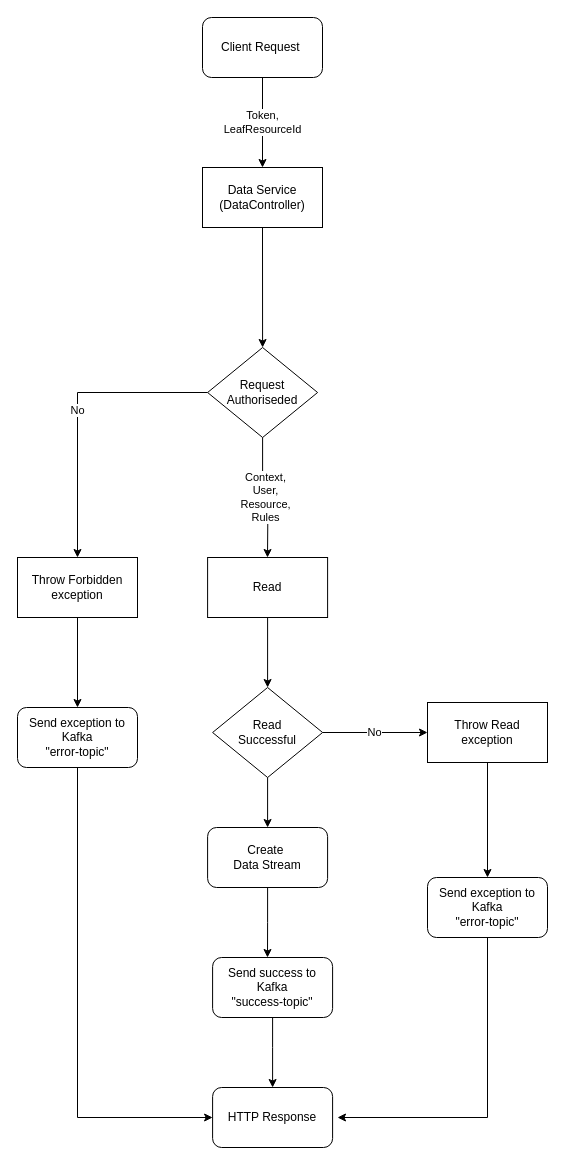
This is data-service/doc/data-service.drawio from gchq/Palisade-services, a draw.io file, before an edit. Source tidied: cells renumbered, new cells numbered last; positions are measured from the earlier drawing's top-left corner, leaving out a move shared by most shapes. Both pictures are drawn from the tidied source at 100%, with x=0, y=0 at pixel (17, 17).
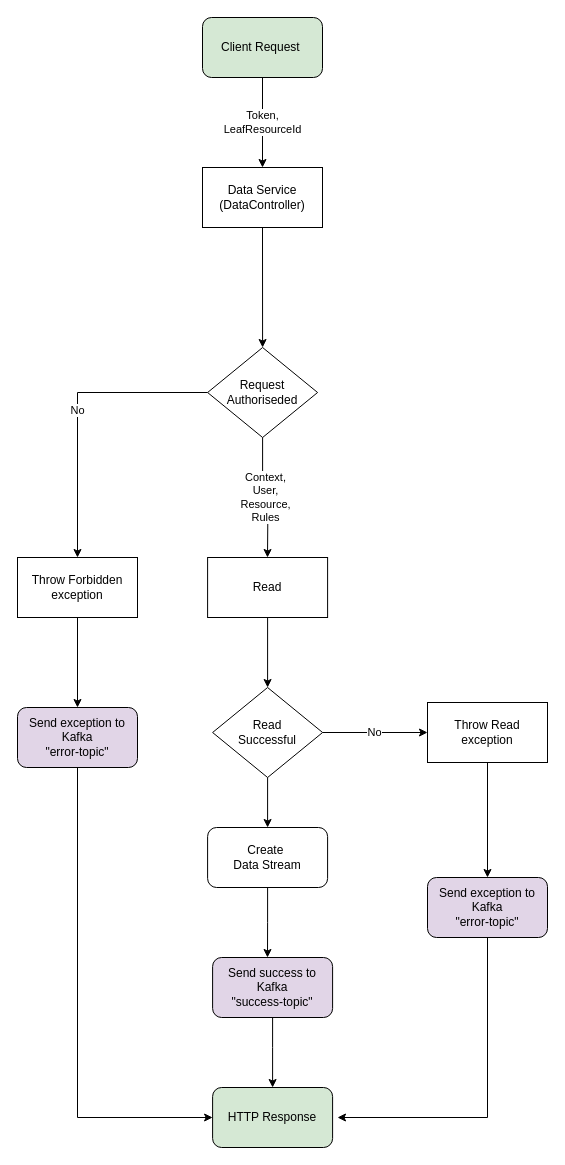
Above is the later version.

Commit message (it also covers changes not shown here):
PAL-874-Data-Service-update-documentation: changes based on review, updates to diagram

The change refers to these unchanged cells:
```xml
<mxCell id="2" value="Data Service (DataController)" style="rounded=0;whiteSpace=wrap;html=1;" parent="1" vertex="1">
  <mxGeometry x="185" y="150" width="120" height="60" as="geometry" />
</mxCell>
```

What changed in the source:
```diff
@@
-<mxGraphModel>
+<mxGraphModel background="#ffffff">
@@
-    <mxCell id="8" value="&lt;div&gt;&lt;span&gt;Send exception to Kafka&lt;/span&gt;&lt;/div&gt;&lt;div&gt;&lt;span&gt;&quot;error-topic&quot;&lt;br&gt;&lt;/span&gt;&lt;/div&gt;" style="rounded=1;whiteSpace=wrap;html=1;" parent="1" vertex="1">
+    <mxCell id="8" value="&lt;div&gt;&lt;span&gt;Send exception to Kafka&lt;/span&gt;&lt;/div&gt;&lt;div&gt;&lt;span&gt;&quot;error-topic&quot;&lt;br&gt;&lt;/span&gt;&lt;/div&gt;" style="rounded=1;whiteSpace=wrap;html=1;fillColor=#E1D5E7;" parent="1" vertex="1">
       <mxGeometry y="690" width="120" height="60" as="geometry" />
     </mxCell>
-    <mxCell id="9" value="Token,&lt;br&gt;LeafResourceId" style="edgeStyle=orthogonalEdgeStyle;rounded=0;jettySize=auto;html=1;exitX=0.5;exitY=1;exitDx=0;exitDy=0;entryX=0.5;entryY=0;entryDx=0;entryDy=0;" parent="1" edge="1" source="10" target="2">
+    <mxCell id="9" value="Token,&lt;br&gt;LeafResourceId" style="edgeStyle=orthogonalEdgeStyle;rounded=1;jettySize=auto;html=1;exitX=0.5;exitY=1;exitDx=0;exitDy=0;entryX=0.5;entryY=0;entryDx=0;entryDy=0;" parent="1" edge="1" source="10" target="2">
       <mxGeometry relative="1" as="geometry" />
     </mxCell>
-    <mxCell id="10" value="&lt;div&gt;&lt;span&gt;Client Request&amp;nbsp;&lt;/span&gt;&lt;br&gt;&lt;/div&gt;" style="rounded=1;whiteSpace=wrap;html=1;" parent="1" vertex="1">
+    <mxCell id="10" value="&lt;div&gt;&lt;span&gt;Client Request&amp;nbsp;&lt;/span&gt;&lt;br&gt;&lt;/div&gt;" style="rounded=1;whiteSpace=wrap;html=1;fillColor=#D5E8D4;" parent="1" vertex="1">
       <mxGeometry x="185" width="120" height="60" as="geometry" />
     </mxCell>
@@
-    <mxCell id="13" value="&lt;div&gt;HTTP Response&lt;/div&gt;" style="rounded=1;whiteSpace=wrap;html=1;" parent="1" vertex="1">
+    <mxCell id="13" value="&lt;div&gt;HTTP Response&lt;/div&gt;" style="rounded=1;whiteSpace=wrap;html=1;fillColor=#D5E8D4;" parent="1" vertex="1">
       <mxGeometry x="195.1" y="1070" width="120" height="60" as="geometry" />
     </mxCell>
@@
-    <mxCell id="19" value="&lt;div&gt;&lt;span&gt;Send exception to Kafka&lt;/span&gt;&lt;/div&gt;&lt;div&gt;&lt;span&gt;&quot;error-topic&quot;&lt;br&gt;&lt;/span&gt;&lt;/div&gt;" style="rounded=1;whiteSpace=wrap;html=1;" parent="1" vertex="1">
+    <mxCell id="19" value="&lt;div&gt;&lt;span&gt;Send exception to Kafka&lt;/span&gt;&lt;/div&gt;&lt;div&gt;&lt;span&gt;&quot;error-topic&quot;&lt;br&gt;&lt;/span&gt;&lt;/div&gt;" style="rounded=1;whiteSpace=wrap;html=1;fillColor=#E1D5E7;" parent="1" vertex="1">
       <mxGeometry x="410" y="860" width="120" height="60" as="geometry" />
     </mxCell>
@@
-    <mxCell id="22" value="&lt;div&gt;&lt;span&gt;Send success to Kafka&lt;/span&gt;&lt;/div&gt;&lt;div&gt;&lt;span&gt;&quot;success-topic&quot;&lt;br&gt;&lt;/span&gt;&lt;/div&gt;" style="rounded=1;whiteSpace=wrap;html=1;" parent="1" vertex="1">
+    <mxCell id="22" value="&lt;div&gt;&lt;span&gt;Send success to Kafka&lt;/span&gt;&lt;/div&gt;&lt;div&gt;&lt;span&gt;&quot;success-topic&quot;&lt;br&gt;&lt;/span&gt;&lt;/div&gt;" style="rounded=1;whiteSpace=wrap;html=1;fillColor=#E1D5E7;" parent="1" vertex="1">
       <mxGeometry x="195.1" y="940" width="120" height="60" as="geometry" />
     </mxCell>
```
